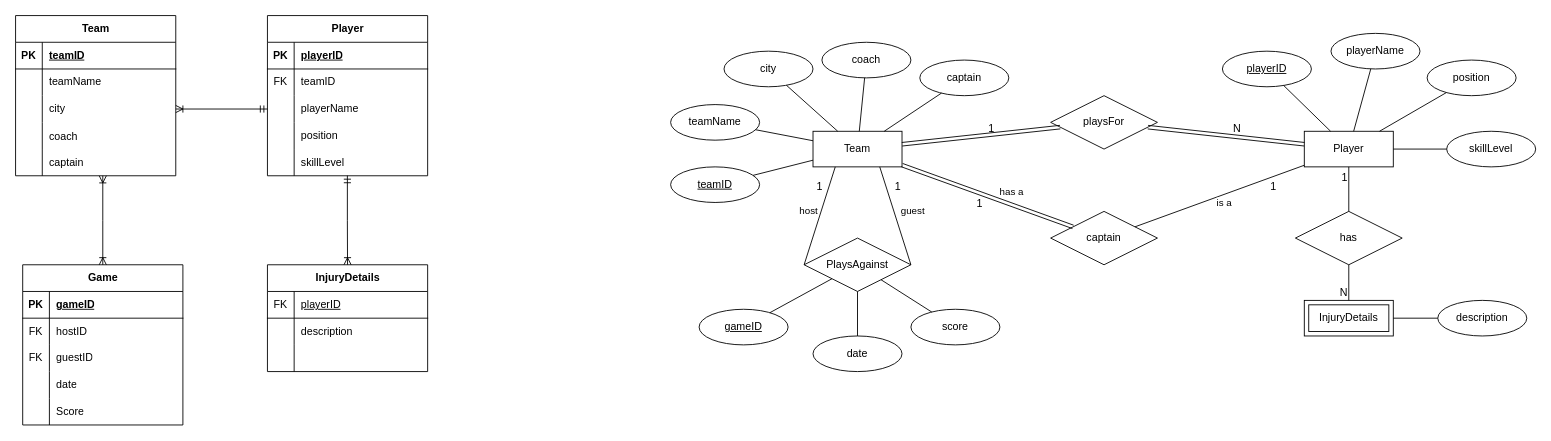
thewecas/pws-sql keeps this draw.io diagram as Q1.drawio. Above is the earlier version. Source tidied: cells renumbered, new cells numbered last; positions are measured from the earlier drawing's top-left corner, leaving out a move shared by most shapes. Both pictures are drawn from the tidied source at 89%, with x=0, y=0 at pixel (15, 15).
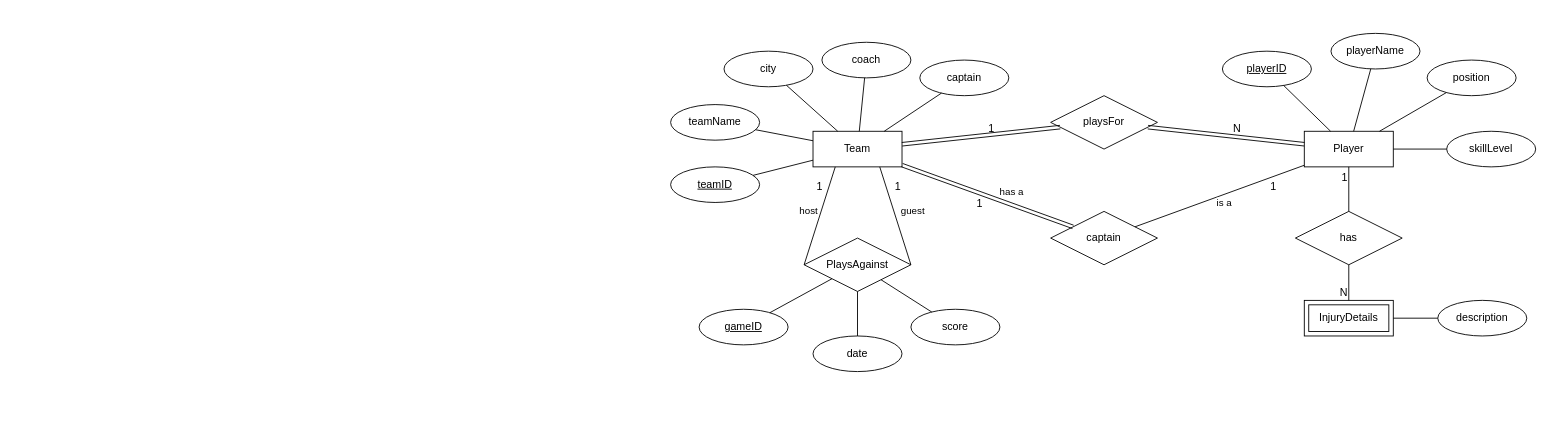
The same page after the edit.

Change to the diagram source:
```diff
@@
-    <mxCell id="2" value="Team" style="shape=table;startSize=30;childLayout=tableLayout;rowLines=0;fontStyle=1;align=center;html=1;" parent="1" vertex="1">
-      <mxGeometry width="180" height="180" as="geometry" />
-    </mxCell>
-    <mxCell id="3" style="shape=tableRow;horizontal=0;startSize=0;swimlaneHead=0;swimlaneBody=0;fillColor=none;top=0;left=0;right=0;bottom=1;" parent="2" vertex="1">
-      <mxGeometry y="30" width="180" height="30" as="geometry" />
-    </mxCell>
-    <mxCell id="4" value="PK" style="shape=partialRectangle;fillColor=none;top=0;left=0;bottom=0;right=0;fontStyle=1;overflow=hidden;whiteSpace=wrap;html=1;" parent="3" vertex="1">
-      <mxGeometry width="30" height="30" as="geometry" />
-    </mxCell>
-    <mxCell id="5" value="teamID" style="shape=partialRectangle;fillColor=none;top=0;left=0;bottom=0;right=0;align=left;spacingLeft=6;fontStyle=5;overflow=hidden;whiteSpace=wrap;html=1;" parent="3" vertex="1">
-      <mxGeometry x="30" width="150" height="30" as="geometry" />
-    </mxCell>
-    <mxCell id="6" style="shape=tableRow;horizontal=0;startSize=0;swimlaneHead=0;swimlaneBody=0;fillColor=none;top=0;left=0;right=0;bottom=0;" parent="2" vertex="1">
-      <mxGeometry y="60" width="180" height="30" as="geometry" />
-    </mxCell>
-    <mxCell id="7" style="shape=partialRectangle;fillColor=none;top=0;left=0;bottom=0;right=0;overflow=hidden;whiteSpace=wrap;html=1;" parent="6" vertex="1">
-      <mxGeometry width="30" height="30" as="geometry" />
-    </mxCell>
-    <mxCell id="8" value="teamName" style="shape=partialRectangle;fillColor=none;top=0;left=0;bottom=0;right=0;align=left;spacingLeft=6;overflow=hidden;whiteSpace=wrap;html=1;" parent="6" vertex="1">
-      <mxGeometry x="30" width="150" height="30" as="geometry" />
-    </mxCell>
-    <mxCell id="9" style="shape=tableRow;horizontal=0;startSize=0;swimlaneHead=0;swimlaneBody=0;fillColor=none;points=[[0,0.5],[1,0.5]];portConstraint=eastwest;top=0;left=0;right=0;bottom=0;" parent="2" vertex="1">
-      <mxGeometry y="90" width="180" height="30" as="geometry" />
-    </mxCell>
-    <mxCell id="10" style="shape=partialRectangle;fillColor=none;top=0;left=0;bottom=0;right=0;overflow=hidden;whiteSpace=wrap;html=1;" parent="9" vertex="1">
-      <mxGeometry width="30" height="30" as="geometry" />
-    </mxCell>
-    <mxCell id="11" value="city" style="shape=partialRectangle;fillColor=none;top=0;left=0;bottom=0;right=0;align=left;spacingLeft=6;overflow=hidden;whiteSpace=wrap;html=1;" parent="9" vertex="1">
-      <mxGeometry x="30" width="150" height="30" as="geometry" />
-    </mxCell>
-    <mxCell id="12" style="shape=tableRow;horizontal=0;startSize=0;swimlaneHead=0;swimlaneBody=0;fillColor=none;top=0;left=0;right=0;bottom=0;" parent="2" vertex="1">
-      <mxGeometry y="120" width="180" height="30" as="geometry" />
-    </mxCell>
-    <mxCell id="13" style="shape=partialRectangle;fillColor=none;top=0;left=0;bottom=0;right=0;overflow=hidden;" parent="12" vertex="1">
-      <mxGeometry width="30" height="30" as="geometry" />
-    </mxCell>
-    <mxCell id="14" value="coach" style="shape=partialRectangle;fillColor=none;top=0;left=0;bottom=0;right=0;align=left;spacingLeft=6;overflow=hidden;" parent="12" vertex="1">
-      <mxGeometry x="30" width="150" height="30" as="geometry" />
-    </mxCell>
-    <mxCell id="15" style="shape=tableRow;horizontal=0;startSize=0;swimlaneHead=0;swimlaneBody=0;fillColor=none;top=0;left=0;right=0;bottom=0;" parent="2" vertex="1">
-      <mxGeometry y="150" width="180" height="30" as="geometry" />
-    </mxCell>
-    <mxCell id="16" style="shape=partialRectangle;fillColor=none;top=0;left=0;bottom=0;right=0;overflow=hidden;whiteSpace=wrap;html=1;" parent="15" vertex="1">
-      <mxGeometry width="30" height="30" as="geometry" />
-    </mxCell>
-    <mxCell id="17" value="captain" style="shape=partialRectangle;fillColor=none;top=0;left=0;bottom=0;right=0;align=left;spacingLeft=6;overflow=hidden;whiteSpace=wrap;html=1;" parent="15" vertex="1">
-      <mxGeometry x="30" width="150" height="30" as="geometry" />
-    </mxCell>
-    <mxCell id="18" value="Player" style="shape=table;startSize=30;childLayout=tableLayout;rowLines=0;fontStyle=1;align=center;html=1;" parent="1" vertex="1">
-      <mxGeometry x="283" width="180" height="180" as="geometry" />
-    </mxCell>
-    <mxCell id="19" style="shape=tableRow;horizontal=0;startSize=0;swimlaneHead=0;swimlaneBody=0;fillColor=none;top=0;left=0;right=0;bottom=1;" parent="18" vertex="1">
-      <mxGeometry y="30" width="180" height="30" as="geometry" />
-    </mxCell>
-    <mxCell id="20" value="PK" style="shape=partialRectangle;fillColor=none;top=0;left=0;bottom=0;right=0;fontStyle=1;overflow=hidden;whiteSpace=wrap;html=1;" parent="19" vertex="1">
-      <mxGeometry width="30" height="30" as="geometry" />
-    </mxCell>
-    <mxCell id="21" value="playerID" style="shape=partialRectangle;fillColor=none;top=0;left=0;bottom=0;right=0;align=left;spacingLeft=6;fontStyle=5;overflow=hidden;whiteSpace=wrap;html=1;" parent="19" vertex="1">
-      <mxGeometry x="30" width="150" height="30" as="geometry" />
-    </mxCell>
-    <mxCell id="22" style="shape=tableRow;horizontal=0;startSize=0;swimlaneHead=0;swimlaneBody=0;fillColor=none;top=0;left=0;right=0;bottom=0;" parent="18" vertex="1">
-      <mxGeometry y="60" width="180" height="30" as="geometry" />
-    </mxCell>
-    <mxCell id="23" value="FK" style="shape=partialRectangle;fillColor=none;top=0;left=0;bottom=0;right=0;fontStyle=0;overflow=hidden;whiteSpace=wrap;html=1;" parent="22" vertex="1">
-      <mxGeometry width="30" height="30" as="geometry" />
-    </mxCell>
-    <mxCell id="24" value="teamID" style="shape=partialRectangle;fillColor=none;top=0;left=0;bottom=0;right=0;align=left;spacingLeft=6;fontStyle=0;overflow=hidden;whiteSpace=wrap;html=1;" parent="22" vertex="1">
-      <mxGeometry x="30" width="150" height="30" as="geometry" />
-    </mxCell>
-    <mxCell id="25" style="shape=tableRow;horizontal=0;startSize=0;swimlaneHead=0;swimlaneBody=0;fillColor=none;points=[[0,0.5],[1,0.5]];portConstraint=eastwest;top=0;left=0;right=0;bottom=0;" parent="18" vertex="1">
-      <mxGeometry y="90" width="180" height="30" as="geometry" />
-    </mxCell>
-    <mxCell id="26" style="shape=partialRectangle;fillColor=none;top=0;left=0;bottom=0;right=0;overflow=hidden;whiteSpace=wrap;html=1;" parent="25" vertex="1">
-      <mxGeometry width="30" height="30" as="geometry" />
-    </mxCell>
-    <mxCell id="27" value="playerName" style="shape=partialRectangle;fillColor=none;top=0;left=0;bottom=0;right=0;align=left;spacingLeft=6;overflow=hidden;whiteSpace=wrap;html=1;" parent="25" vertex="1">
-      <mxGeometry x="30" width="150" height="30" as="geometry" />
-    </mxCell>
-    <mxCell id="28" style="shape=tableRow;horizontal=0;startSize=0;swimlaneHead=0;swimlaneBody=0;fillColor=none;top=0;left=0;right=0;bottom=0;" parent="18" vertex="1">
-      <mxGeometry y="120" width="180" height="30" as="geometry" />
-    </mxCell>
-    <mxCell id="29" style="shape=partialRectangle;fillColor=none;top=0;left=0;bottom=0;right=0;overflow=hidden;whiteSpace=wrap;html=1;" parent="28" vertex="1">
-      <mxGeometry width="30" height="30" as="geometry" />
-    </mxCell>
-    <mxCell id="30" value="position" style="shape=partialRectangle;fillColor=none;top=0;left=0;bottom=0;right=0;align=left;spacingLeft=6;overflow=hidden;whiteSpace=wrap;html=1;" parent="28" vertex="1">
-      <mxGeometry x="30" width="150" height="30" as="geometry" />
-    </mxCell>
-    <mxCell id="31" style="shape=tableRow;horizontal=0;startSize=0;swimlaneHead=0;swimlaneBody=0;fillColor=none;points=[[0,0.5],[1,0.5]];portConstraint=eastwest;top=0;left=0;right=0;bottom=0;" parent="18" vertex="1">
-      <mxGeometry y="150" width="180" height="30" as="geometry" />
-    </mxCell>
-    <mxCell id="32" style="shape=partialRectangle;fillColor=none;top=0;left=0;bottom=0;right=0;overflow=hidden;whiteSpace=wrap;html=1;" parent="31" vertex="1">
-      <mxGeometry width="30" height="30" as="geometry" />
-    </mxCell>
-    <mxCell id="33" value="skillLevel" style="shape=partialRectangle;fillColor=none;top=0;left=0;bottom=0;right=0;align=left;spacingLeft=6;overflow=hidden;whiteSpace=wrap;html=1;" parent="31" vertex="1">
-      <mxGeometry x="30" width="150" height="30" as="geometry" />
-    </mxCell>
-    <mxCell id="34" value="InjuryDetails" style="shape=table;startSize=30;childLayout=tableLayout;rowLines=0;fontStyle=1;align=center;html=1;" parent="1" vertex="1">
-      <mxGeometry x="283" y="280" width="180" height="120" as="geometry" />
-    </mxCell>
-    <mxCell id="35" style="shape=tableRow;horizontal=0;startSize=0;swimlaneHead=0;swimlaneBody=0;fillColor=none;top=0;left=0;right=0;bottom=1;" parent="34" vertex="1">
-      <mxGeometry y="30" width="180" height="30" as="geometry" />
-    </mxCell>
-    <mxCell id="36" value="&lt;span style=&quot;font-weight: normal;&quot;&gt;FK&lt;/span&gt;" style="shape=partialRectangle;fillColor=none;top=0;left=0;bottom=0;right=0;fontStyle=1;overflow=hidden;whiteSpace=wrap;html=1;" parent="35" vertex="1">
-      <mxGeometry width="30" height="30" as="geometry" />
-    </mxCell>
-    <mxCell id="37" value="&lt;span style=&quot;font-weight: normal;&quot;&gt;playerID&lt;/span&gt;" style="shape=partialRectangle;fillColor=none;top=0;left=0;bottom=0;right=0;align=left;spacingLeft=6;fontStyle=5;overflow=hidden;whiteSpace=wrap;html=1;" parent="35" vertex="1">
-      <mxGeometry x="30" width="150" height="30" as="geometry" />
-    </mxCell>
-    <mxCell id="38" style="shape=tableRow;horizontal=0;startSize=0;swimlaneHead=0;swimlaneBody=0;fillColor=none;top=0;left=0;right=0;bottom=0;" parent="34" vertex="1">
-      <mxGeometry y="60" width="180" height="30" as="geometry" />
-    </mxCell>
-    <mxCell id="39" style="shape=partialRectangle;fillColor=none;top=0;left=0;bottom=0;right=0;overflow=hidden;whiteSpace=wrap;html=1;" parent="38" vertex="1">
-      <mxGeometry width="30" height="30" as="geometry" />
-    </mxCell>
-    <mxCell id="40" value="description" style="shape=partialRectangle;fillColor=none;top=0;left=0;bottom=0;right=0;align=left;spacingLeft=6;overflow=hidden;whiteSpace=wrap;html=1;" parent="38" vertex="1">
-      <mxGeometry x="30" width="150" height="30" as="geometry" />
-    </mxCell>
-    <mxCell id="41" style="shape=tableRow;horizontal=0;startSize=0;swimlaneHead=0;swimlaneBody=0;fillColor=none;top=0;left=0;right=0;bottom=0;" parent="34" vertex="1">
-      <mxGeometry y="90" width="180" height="30" as="geometry" />
-    </mxCell>
-    <mxCell id="42" style="shape=partialRectangle;fillColor=none;top=0;left=0;bottom=0;right=0;overflow=hidden;whiteSpace=wrap;html=1;" parent="41" vertex="1">
-      <mxGeometry width="30" height="30" as="geometry" />
-    </mxCell>
-    <mxCell id="43" style="shape=partialRectangle;fillColor=none;top=0;left=0;bottom=0;right=0;align=left;spacingLeft=6;overflow=hidden;whiteSpace=wrap;html=1;" parent="41" vertex="1">
-      <mxGeometry x="30" width="150" height="30" as="geometry" />
-    </mxCell>
-    <mxCell id="44" value="Game" style="shape=table;startSize=30;childLayout=tableLayout;rowLines=0;fontStyle=1;align=center;html=1;" parent="1" vertex="1">
-      <mxGeometry x="8" y="280" width="180" height="180" as="geometry" />
-    </mxCell>
-    <mxCell id="45" style="shape=tableRow;horizontal=0;startSize=0;swimlaneHead=0;swimlaneBody=0;fillColor=none;top=0;left=0;right=0;bottom=1;" parent="44" vertex="1">
-      <mxGeometry y="30" width="180" height="30" as="geometry" />
-    </mxCell>
-    <mxCell id="46" value="PK" style="shape=partialRectangle;fillColor=none;top=0;left=0;bottom=0;right=0;fontStyle=1;overflow=hidden;whiteSpace=wrap;html=1;" parent="45" vertex="1">
-      <mxGeometry width="30" height="30" as="geometry" />
-    </mxCell>
-    <mxCell id="47" value="gameID" style="shape=partialRectangle;fillColor=none;top=0;left=0;bottom=0;right=0;align=left;spacingLeft=6;fontStyle=5;overflow=hidden;whiteSpace=wrap;html=1;" parent="45" vertex="1">
-      <mxGeometry x="30" width="150" height="30" as="geometry" />
-    </mxCell>
-    <mxCell id="48" style="shape=tableRow;horizontal=0;startSize=0;swimlaneHead=0;swimlaneBody=0;fillColor=none;top=0;left=0;right=0;bottom=0;" parent="44" vertex="1">
-      <mxGeometry y="60" width="180" height="30" as="geometry" />
-    </mxCell>
-    <mxCell id="49" value="FK" style="shape=partialRectangle;fillColor=none;top=0;left=0;bottom=0;right=0;fontStyle=0;overflow=hidden;whiteSpace=wrap;html=1;" parent="48" vertex="1">
-      <mxGeometry width="30" height="30" as="geometry" />
-    </mxCell>
-    <mxCell id="50" value="hostID" style="shape=partialRectangle;fillColor=none;top=0;left=0;bottom=0;right=0;align=left;spacingLeft=6;fontStyle=0;overflow=hidden;whiteSpace=wrap;html=1;" parent="48" vertex="1">
-      <mxGeometry x="30" width="150" height="30" as="geometry" />
-    </mxCell>
-    <mxCell id="51" style="shape=tableRow;horizontal=0;startSize=0;swimlaneHead=0;swimlaneBody=0;fillColor=none;top=0;left=0;right=0;bottom=0;" parent="44" vertex="1">
-      <mxGeometry y="90" width="180" height="30" as="geometry" />
-    </mxCell>
-    <mxCell id="52" value="FK" style="shape=partialRectangle;fillColor=none;top=0;left=0;bottom=0;right=0;fontStyle=0;overflow=hidden;whiteSpace=wrap;html=1;" parent="51" vertex="1">
-      <mxGeometry width="30" height="30" as="geometry" />
-    </mxCell>
-    <mxCell id="53" value="guestID" style="shape=partialRectangle;fillColor=none;top=0;left=0;bottom=0;right=0;align=left;spacingLeft=6;fontStyle=0;overflow=hidden;whiteSpace=wrap;html=1;" parent="51" vertex="1">
-      <mxGeometry x="30" width="150" height="30" as="geometry" />
-    </mxCell>
-    <mxCell id="54" style="shape=tableRow;horizontal=0;startSize=0;swimlaneHead=0;swimlaneBody=0;fillColor=none;top=0;left=0;right=0;bottom=0;" parent="44" vertex="1">
-      <mxGeometry y="120" width="180" height="30" as="geometry" />
-    </mxCell>
-    <mxCell id="55" style="shape=partialRectangle;fillColor=none;top=0;left=0;bottom=0;right=0;overflow=hidden;whiteSpace=wrap;html=1;" parent="54" vertex="1">
-      <mxGeometry width="30" height="30" as="geometry" />
-    </mxCell>
-    <mxCell id="56" value="date" style="shape=partialRectangle;fillColor=none;top=0;left=0;bottom=0;right=0;align=left;spacingLeft=6;overflow=hidden;whiteSpace=wrap;html=1;" parent="54" vertex="1">
-      <mxGeometry x="30" width="150" height="30" as="geometry" />
-    </mxCell>
-    <mxCell id="57" style="shape=tableRow;horizontal=0;startSize=0;swimlaneHead=0;swimlaneBody=0;fillColor=none;top=0;left=0;right=0;bottom=0;" parent="44" vertex="1">
-      <mxGeometry y="150" width="180" height="30" as="geometry" />
-    </mxCell>
-    <mxCell id="58" style="shape=partialRectangle;fillColor=none;top=0;left=0;bottom=0;right=0;overflow=hidden;whiteSpace=wrap;html=1;" parent="57" vertex="1">
-      <mxGeometry width="30" height="30" as="geometry" />
-    </mxCell>
-    <mxCell id="59" value="Score" style="shape=partialRectangle;fillColor=none;top=0;left=0;bottom=0;right=0;align=left;spacingLeft=6;overflow=hidden;whiteSpace=wrap;html=1;" parent="57" vertex="1">
-      <mxGeometry x="30" width="150" height="30" as="geometry" />
-    </mxCell>
-    <mxCell id="60" style="fontSize=12;html=1;endArrow=ERoneToMany;startArrow=ERmandOne;rounded=0;entryX=1;entryY=0.5;entryDx=0;entryDy=0;exitX=0;exitY=0.5;exitDx=0;exitDy=0;edgeStyle=orthogonalEdgeStyle;" parent="1" edge="1" source="25" target="9">
-      <mxGeometry relative="1" as="geometry" />
-    </mxCell>
-    <mxCell id="61" style="fontSize=12;html=1;endArrow=ERoneToMany;startArrow=ERoneToMany;rounded=0;exitX=0.5;exitY=0;exitDx=0;exitDy=0;edgeStyle=orthogonalEdgeStyle;" parent="1" edge="1" source="44">
-      <mxGeometry relative="1" as="geometry">
-        <mxPoint x="98" y="180" as="targetPoint" />
-      </mxGeometry>
-    </mxCell>
-    <mxCell id="62" style="edgeStyle=orthogonalEdgeStyle;fontSize=12;html=1;endArrow=ERoneToMany;startArrow=ERmandOne;rounded=0;entryX=0.5;entryY=0;entryDx=0;entryDy=0;exitX=0.499;exitY=0.994;exitDx=0;exitDy=0;exitPerimeter=0;" parent="1" edge="1" source="31" target="34">
-      <mxGeometry relative="1" as="geometry" />
-    </mxCell>
```
